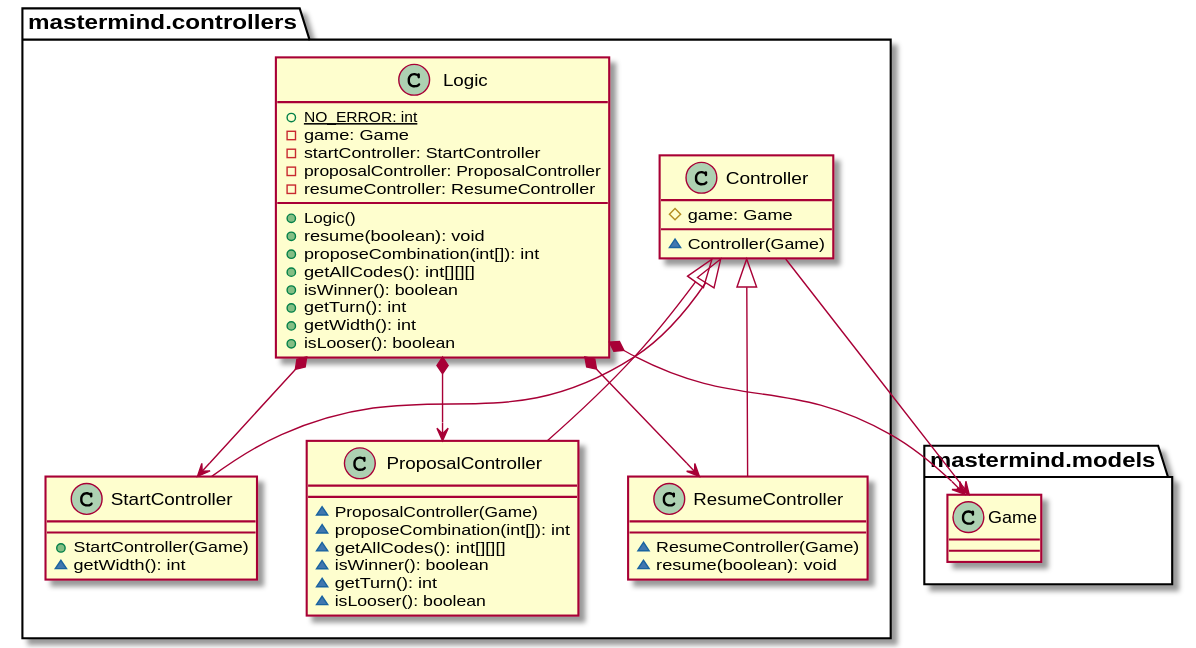
Above: modelViewPresenter/presentationModel/withFacade/docs/diagrams/out/paquetes/usantatecla.mastermind.controllers.svg in SantaTecla-mastermind/solution.java.swing.socket.sql (PlantUML), before the change. Its diagram source:
```plantuml
@startuml
class  mastermind.controllers.Controller{
# game: Game
~ Controller(Game)
}
mastermind.controllers.Controller -down-> mastermind.models.Game

class  mastermind.controllers.Logic{
+ {static} NO_ERROR: int
- game: Game
- startController: StartController
- proposalController: ProposalController
- resumeController: ResumeController
+ Logic()
+ resume(boolean): void
+ proposeCombination(int[]): int
+ getAllCodes(): int[][][]
+ isWinner(): boolean
+ getTurn(): int
+ getWidth(): int
+ isLooser(): boolean
}
mastermind.controllers.Logic *-down-> mastermind.controllers.ResumeController
mastermind.controllers.Logic *-down-> mastermind.controllers.StartController
mastermind.controllers.Logic *-down-> mastermind.controllers.ProposalController
mastermind.controllers.Logic *-down-> mastermind.models.Game

class  mastermind.controllers.ProposalController{
~ ProposalController(Game)
~ proposeCombination(int[]): int
~ getAllCodes(): int[][][]
~ isWinner(): boolean
~ getTurn(): int
~ isLooser(): boolean
}
mastermind.controllers.Controller <|-down- mastermind.controllers.ProposalController

class  mastermind.controllers.ResumeController{
~ ResumeController(Game)
~ resume(boolean): void
}
mastermind.controllers.Controller <|-down- mastermind.controllers.ResumeController

class  mastermind.controllers.StartController{
+ StartController(Game)
~ getWidth(): int
}
mastermind.controllers.Controller <|-down- mastermind.controllers.StartController
@enduml
```
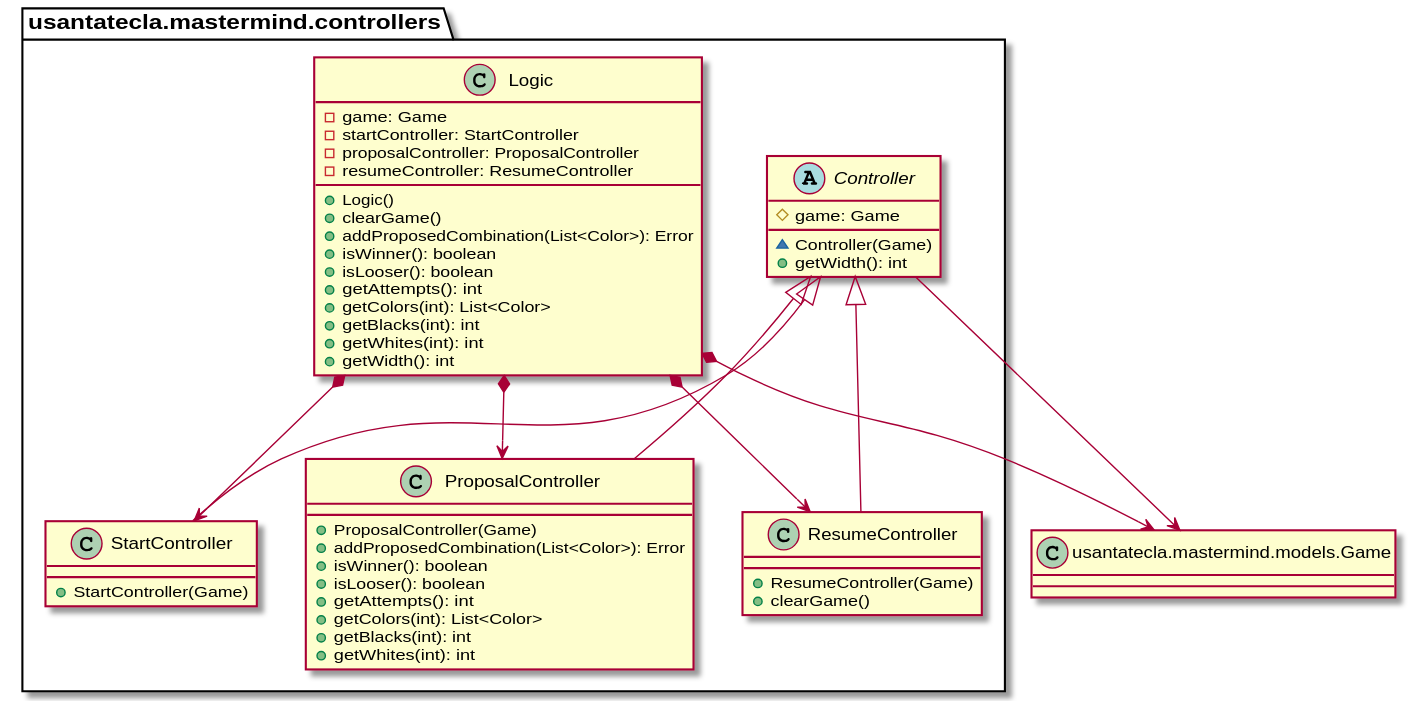
Later version of the same file.

Diff of the diagram source:
```diff
@@ -1,49 +1,57 @@
 @startuml
-class  mastermind.controllers.Controller{
+class Game as "usantatecla.mastermind.models.Game" {
+
+
+}
+
+abstract class  usantatecla.mastermind.controllers.Controller{
 # game: Game
 ~ Controller(Game)
++ getWidth(): int
 }
-mastermind.controllers.Controller -down-> mastermind.models.Game
+usantatecla.mastermind.controllers.Controller -down-> Game
 
-class  mastermind.controllers.Logic{
-+ {static} NO_ERROR: int
+class  usantatecla.mastermind.controllers.Logic{
 - game: Game
 - startController: StartController
 - proposalController: ProposalController
 - resumeController: ResumeController
 + Logic()
-+ resume(boolean): void
-+ proposeCombination(int[]): int
-+ getAllCodes(): int[][][]
++ clearGame()
++ addProposedCombination(List<Color>): Error
 + isWinner(): boolean
-+ getTurn(): int
++ isLooser(): boolean
++ getAttempts(): int
++ getColors(int): List<Color>
++ getBlacks(int): int
++ getWhites(int): int
 + getWidth(): int
+}
+usantatecla.mastermind.controllers.Logic *-down-> usantatecla.mastermind.controllers.ResumeController
+usantatecla.mastermind.controllers.Logic *-down-> usantatecla.mastermind.controllers.StartController
+usantatecla.mastermind.controllers.Logic *-down-> usantatecla.mastermind.controllers.ProposalController
+usantatecla.mastermind.controllers.Logic *-down-> Game
+
+class  usantatecla.mastermind.controllers.ProposalController{
++ ProposalController(Game)
++ addProposedCombination(List<Color>): Error
++ isWinner(): boolean
 + isLooser(): boolean
++ getAttempts(): int
++ getColors(int): List<Color>
++ getBlacks(int): int
++ getWhites(int): int
 }
-mastermind.controllers.Logic *-down-> mastermind.controllers.ResumeController
-mastermind.controllers.Logic *-down-> mastermind.controllers.StartController
-mastermind.controllers.Logic *-down-> mastermind.controllers.ProposalController
-mastermind.controllers.Logic *-down-> mastermind.models.Game
+usantatecla.mastermind.controllers.Controller <|-down- usantatecla.mastermind.controllers.ProposalController
 
-class  mastermind.controllers.ProposalController{
-~ ProposalController(Game)
-~ proposeCombination(int[]): int
-~ getAllCodes(): int[][][]
-~ isWinner(): boolean
-~ getTurn(): int
-~ isLooser(): boolean
+class  usantatecla.mastermind.controllers.ResumeController{
++ ResumeController(Game)
++ clearGame()
 }
-mastermind.controllers.Controller <|-down- mastermind.controllers.ProposalController
+usantatecla.mastermind.controllers.Controller <|-down- usantatecla.mastermind.controllers.ResumeController
 
-class  mastermind.controllers.ResumeController{
-~ ResumeController(Game)
-~ resume(boolean): void
+class  usantatecla.mastermind.controllers.StartController{
++ StartController(Game)
 }
-mastermind.controllers.Controller <|-down- mastermind.controllers.ResumeController
-
-class  mastermind.controllers.StartController{
-+ StartController(Game)
-~ getWidth(): int
-}
-mastermind.controllers.Controller <|-down- mastermind.controllers.StartController
+usantatecla.mastermind.controllers.Controller <|-down- usantatecla.mastermind.controllers.StartController
 @enduml
```
